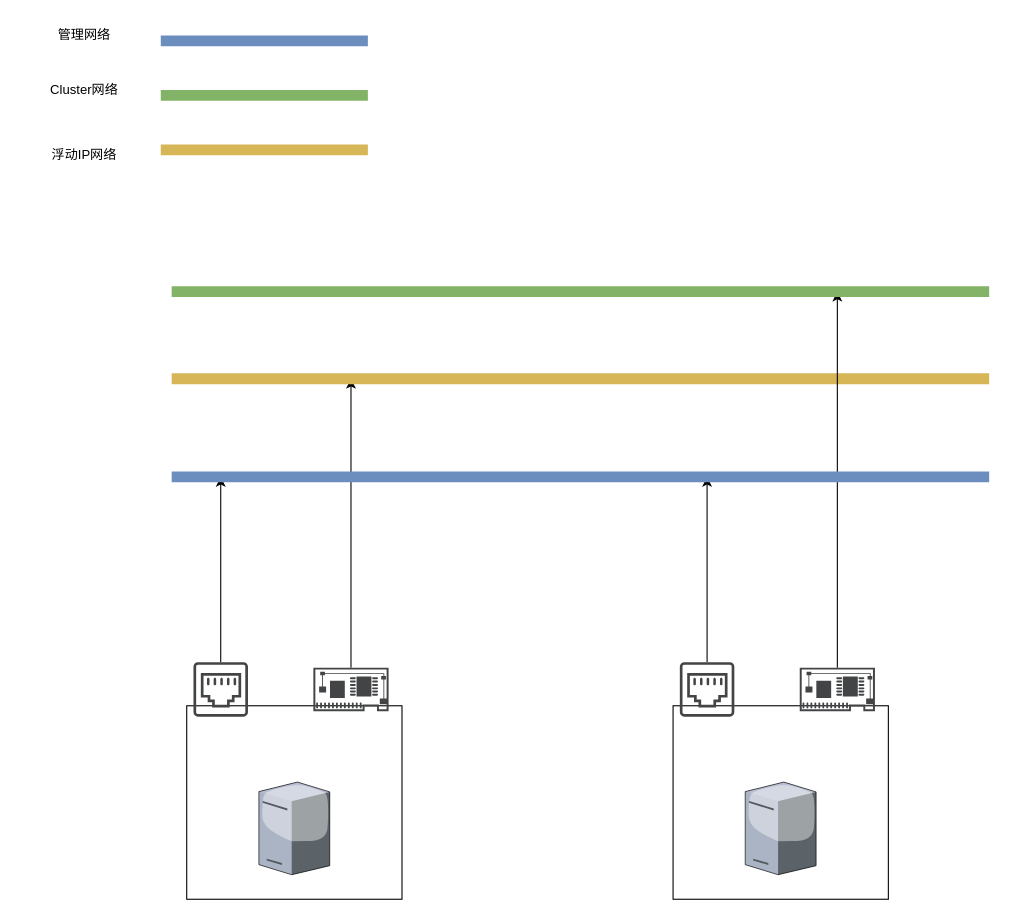
Before: 简易网络图.drawio in lrAltas/DrwaIO, a draw.io diagram. Source tidied: cells renumbered, new cells numbered last; positions are measured from the earlier drawing's top-left corner, leaving out a move shared by most shapes. Both pictures are drawn from the tidied source at 109%, with x=0, y=0 at pixel (19, 19).
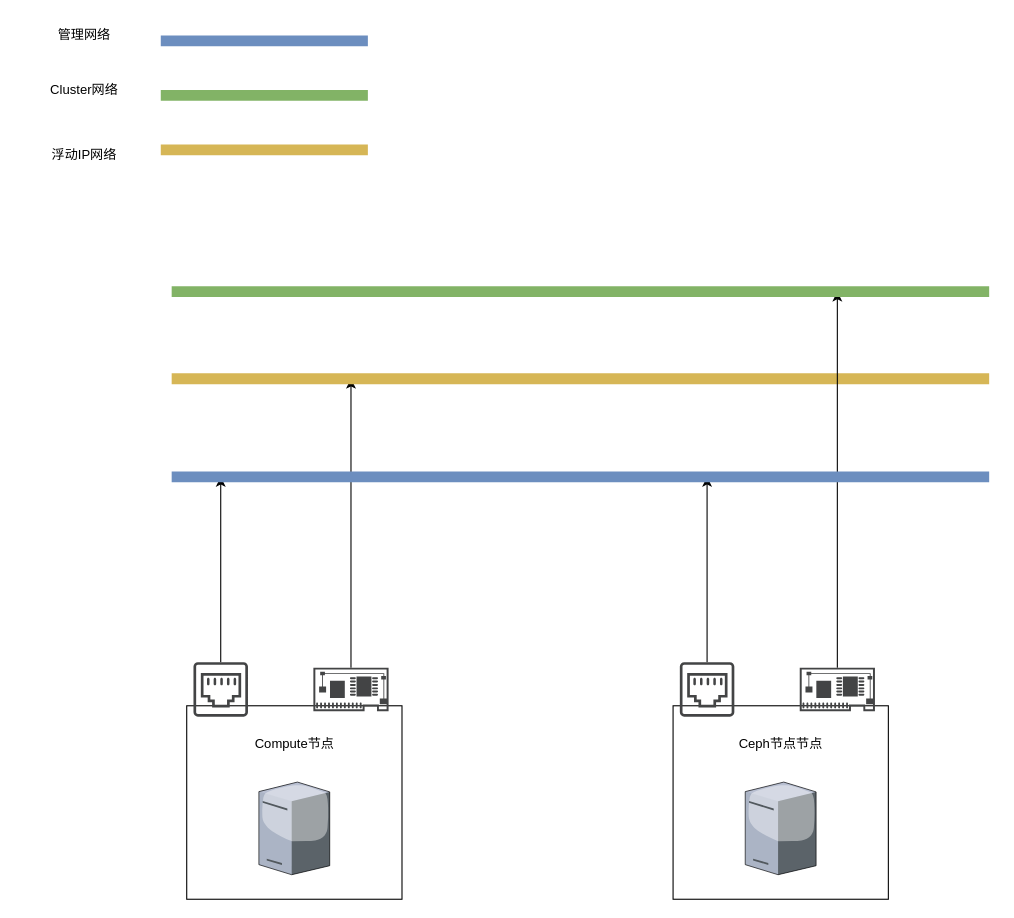
The same diagram, later.

Commit message:
更新简易网络图.drawio

Change to the diagram source:
```diff
@@
+    <mxCell id="23" value="Compute节点" style="text;html=1;whiteSpace=wrap;strokeColor=none;fillColor=none;align=center;verticalAlign=middle;rounded=0;" parent="1" vertex="1">
+      <mxGeometry x="207.5" y="650" width="90" height="30" as="geometry" />
+    </mxCell>
+    <mxCell id="24" value="Ceph节点节点" style="text;html=1;whiteSpace=wrap;strokeColor=none;fillColor=none;align=center;verticalAlign=middle;rounded=0;" parent="1" vertex="1">
+      <mxGeometry x="653.8" y="650" width="90" height="30" as="geometry" />
+    </mxCell>
```
